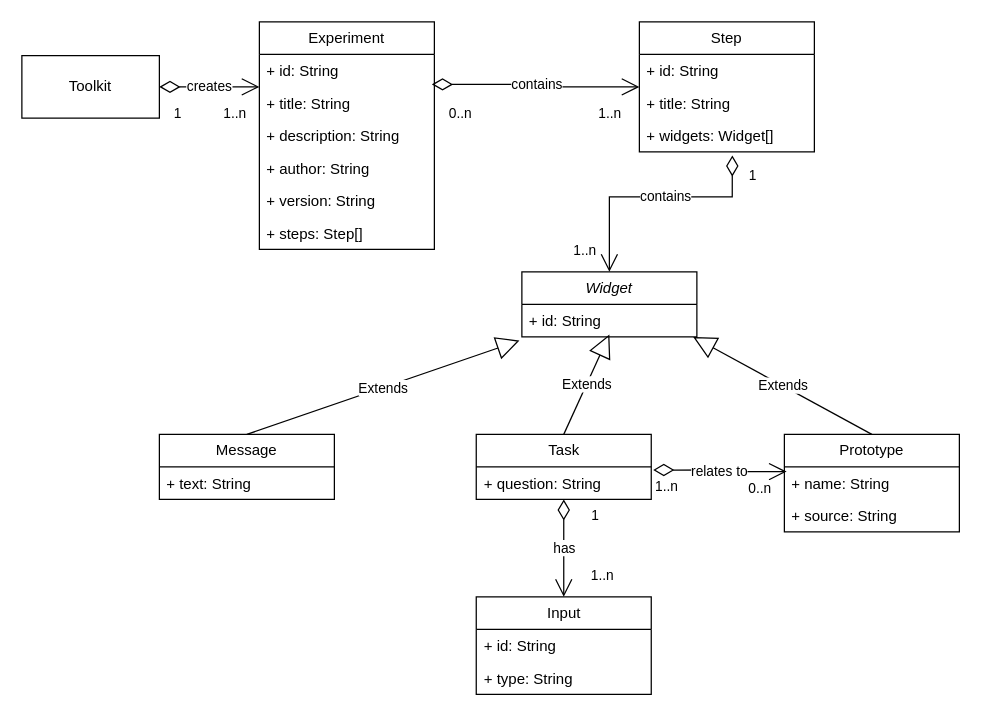
This is resources/Model.drawio from aurioldegbelo/map-experiment-creation-toolkit, a draw.io file, before an edit. Source tidied: cells renumbered, new cells numbered last; positions are measured from the earlier drawing's top-left corner, leaving out a move shared by most shapes. Both pictures are drawn from the tidied source at 125%, with x=0, y=0 at pixel (21, 21).
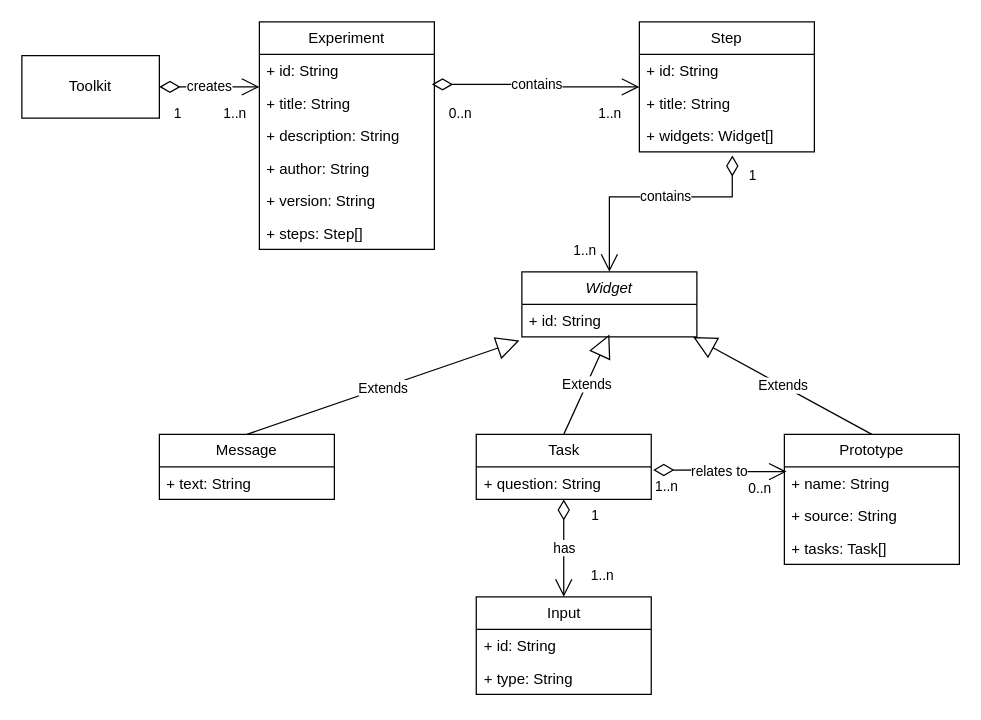
Above is the later version.

Change to the diagram source:
```diff
@@
     <mxCell id="30" value="Prototype" style="swimlane;fontStyle=0;horizontal=1;startSize=26;fillColor=none;whiteSpace=wrap;html=1;" parent="1" vertex="1">
-      <mxGeometry x="610" y="330" width="140" height="78" as="geometry" />
+      <mxGeometry x="610" y="330" width="140" height="104" as="geometry" />
     </mxCell>
@@
+    <mxCell id="44" value="+ tasks: Task[]" style="text;strokeColor=none;fillColor=none;align=left;verticalAlign=top;spacingLeft=4;spacingRight=4;overflow=hidden;whiteSpace=wrap;html=1;" parent="30" vertex="1">
+      <mxGeometry y="78" width="140" height="26" as="geometry" />
+    </mxCell>
```
